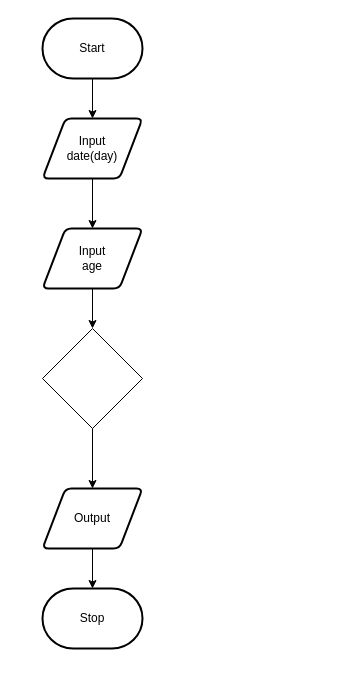
Liya-Getachew/ICS2O-Unit5-04-JS keeps this draw.io diagram as design/flow-chart.drawio. Above is the earlier version. Source tidied: cells renumbered, new cells numbered last; positions are measured from the earlier drawing's top-left corner, leaving out a move shared by most shapes. Both pictures are drawn from the tidied source at 100%, with x=0, y=0 at pixel (42, 18).
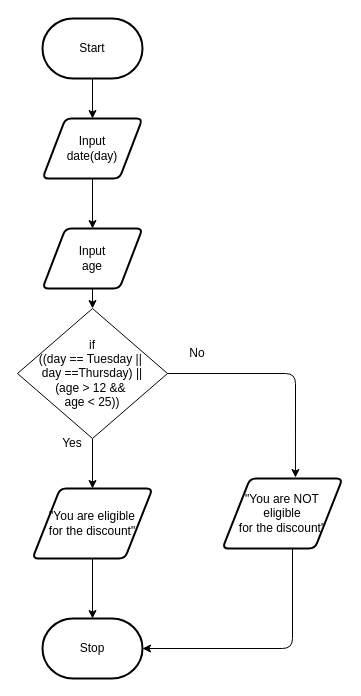
The same page after the edit.

What changed in the source:
```diff
@@
-    <mxCell id="8" value="Output" style="shape=parallelogram;html=1;strokeWidth=2;perimeter=parallelogramPerimeter;whiteSpace=wrap;rounded=1;arcSize=12;size=0.23;" parent="1" vertex="1">
-      <mxGeometry y="470" width="100" height="60" as="geometry" />
+    <mxCell id="8" value="&quot;You are eligible&lt;br&gt;for the discount&quot;" style="shape=parallelogram;html=1;strokeWidth=2;perimeter=parallelogramPerimeter;whiteSpace=wrap;rounded=1;arcSize=12;size=0.23;" parent="1" vertex="1">
+      <mxGeometry x="-10" y="470" width="120" height="70" as="geometry" />
     </mxCell>
     <mxCell id="9" value="Stop" style="strokeWidth=2;html=1;shape=mxgraph.flowchart.terminator;whiteSpace=wrap;" parent="1" vertex="1">
-      <mxGeometry y="570" width="100" height="60" as="geometry" />
+      <mxGeometry y="600" width="100" height="60" as="geometry" />
     </mxCell>
@@
+    <mxCell id="13" style="edgeStyle=orthogonalEdgeStyle;html=1;entryX=0.608;entryY=-0.014;entryDx=0;entryDy=0;entryPerimeter=0;" parent="1" edge="1" source="12" target="17">
+      <mxGeometry relative="1" as="geometry">
+        <Array as="points">
+          <mxPoint x="253" y="355" />
+        </Array>
+      </mxGeometry>
+    </mxCell>
-    <mxCell id="12" style="rhombus;whiteSpace=wrap;html=1;" parent="1" vertex="1">
-      <mxGeometry y="310" width="100" height="100" as="geometry" />
+    <mxCell id="12" value="if&lt;br&gt;((day == Tuesday ||&amp;nbsp;&lt;br&gt;day ==Thursday) ||&lt;br&gt;(age &amp;gt; 12 &amp;amp;&amp;amp;&amp;nbsp;&lt;br&gt;age &amp;lt; 25))" style="rhombus;whiteSpace=wrap;html=1;" parent="1" vertex="1">
+      <mxGeometry x="-25" y="290" width="150" height="130" as="geometry" />
     </mxCell>
+    <mxCell id="14" value="Yes" style="text;html=1;strokeColor=none;fillColor=none;align=center;verticalAlign=middle;whiteSpace=wrap;rounded=0;" parent="1" vertex="1">
+      <mxGeometry y="410" width="60" height="30" as="geometry" />
+    </mxCell>
+    <mxCell id="15" value="No" style="text;html=1;strokeColor=none;fillColor=none;align=center;verticalAlign=middle;whiteSpace=wrap;rounded=0;" parent="1" vertex="1">
+      <mxGeometry x="125" y="320" width="60" height="30" as="geometry" />
+    </mxCell>
+    <mxCell id="16" style="edgeStyle=orthogonalEdgeStyle;html=1;entryX=1;entryY=0.5;entryDx=0;entryDy=0;entryPerimeter=0;" parent="1" edge="1" source="17" target="9">
+      <mxGeometry relative="1" as="geometry">
+        <Array as="points">
+          <mxPoint x="250" y="630" />
+        </Array>
+      </mxGeometry>
+    </mxCell>
+    <mxCell id="17" value="&quot;You are NOT &lt;br&gt;eligible&lt;br&gt;for the discount&quot;" style="shape=parallelogram;html=1;strokeWidth=2;perimeter=parallelogramPerimeter;whiteSpace=wrap;rounded=1;arcSize=12;size=0.23;" parent="1" vertex="1">
+      <mxGeometry x="180" y="460" width="120" height="70" as="geometry" />
+    </mxCell>
```
